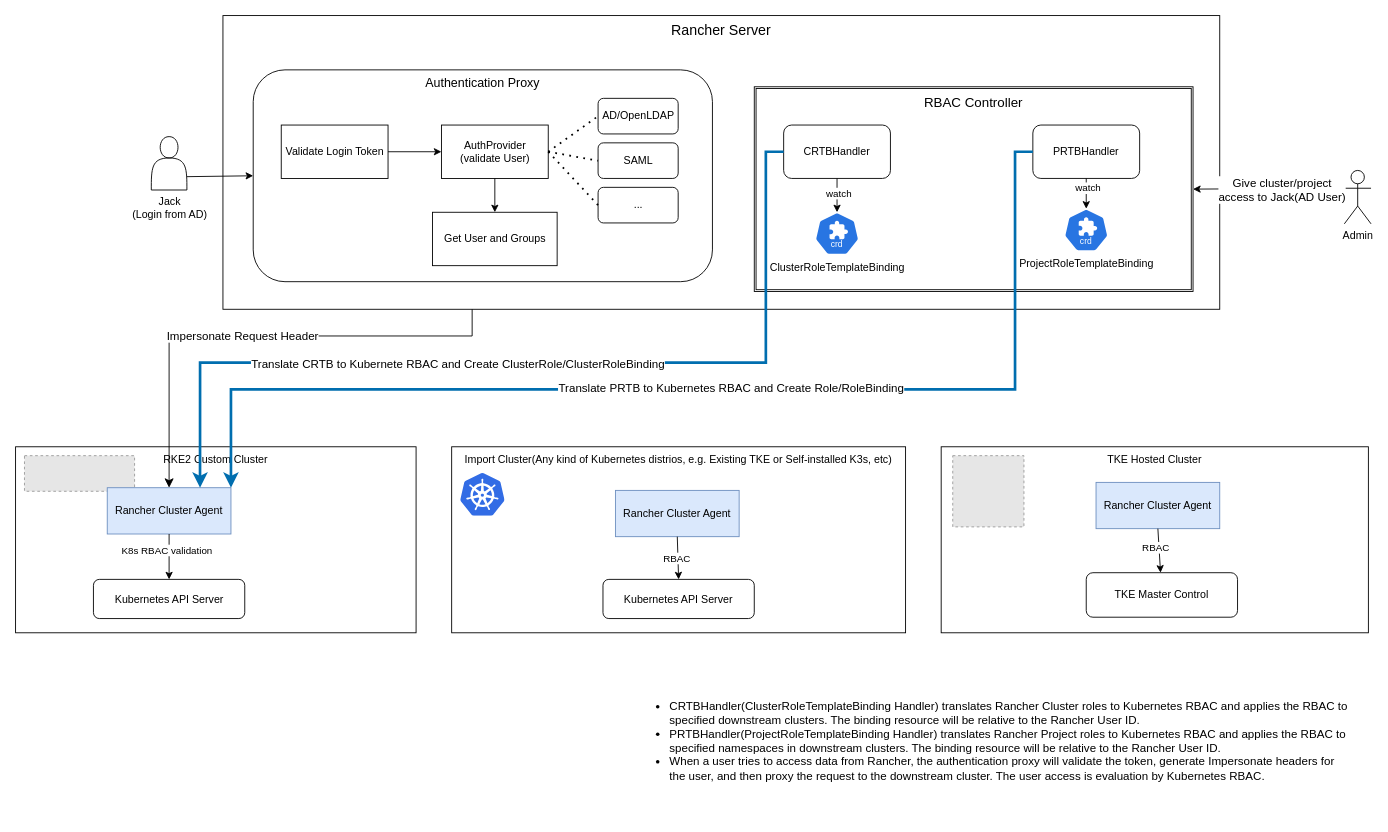
This is rancher-auth.drawio from JacieChao/jacie-docs, a draw.io file, before an edit. Source tidied: cells renumbered, new cells numbered last; positions are measured from the earlier drawing's top-left corner, leaving out a move shared by most shapes. Both pictures are drawn from the tidied source at 89%, with x=0, y=0 at pixel (15, 15). Pictures stored in the file or linked from it are replaced by grey dashed boxes.
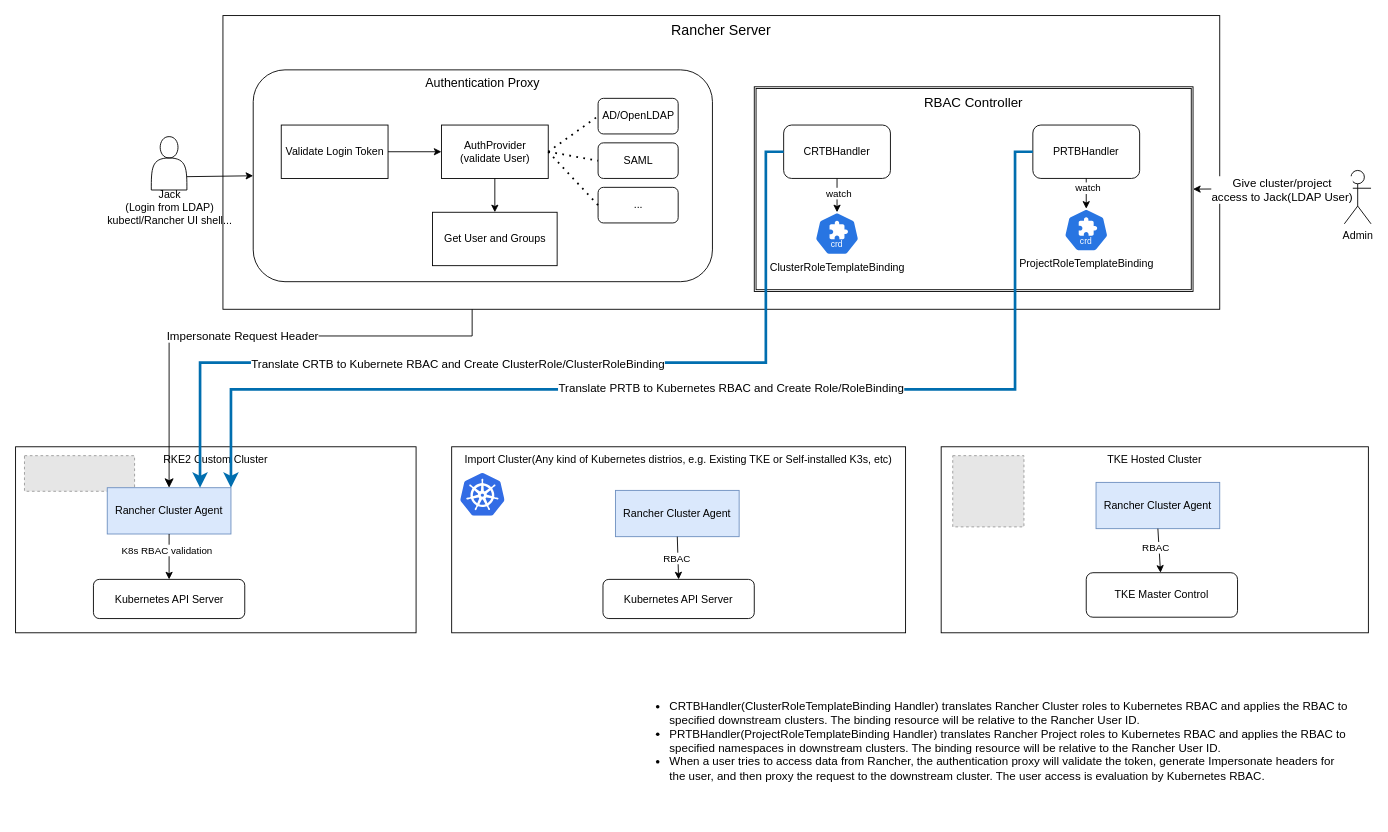
After the change.

Unchanged cells that the change refers to:
```xml
<mxCell id="40" style="endArrow=classic;html=1;rounded=0;exitX=0;exitY=0.3333333333333333;exitDx=0;exitDy=0;exitPerimeter=0;entryX=1;entryY=0.5;entryDx=0;entryDy=0;" parent="1" edge="1" source="39" target="36">
  <mxGeometry relative="1" as="geometry" />
</mxCell>
```

Change to the diagram source:
```diff
@@
-    <mxCell id="4" value="Jack&lt;div&gt;(Login from AD&lt;span style=&quot;background-color: initial;&quot;&gt;)&lt;/span&gt;&lt;/div&gt;" style="text;html=1;align=center;verticalAlign=middle;strokeColor=none;fillColor=none;" parent="1" vertex="1">
-      <mxGeometry x="117.5" y="196" width="110" height="40" as="geometry" />
+    <mxCell id="4" value="Jack&lt;div&gt;(Login from LDAP&lt;span style=&quot;background-color: initial;&quot;&gt;)&lt;/span&gt;&lt;/div&gt;&lt;div&gt;kubectl/Rancher UI shell...&lt;/div&gt;" style="text;html=1;align=center;verticalAlign=middle;strokeColor=none;fillColor=none;" parent="1" vertex="1">
+      <mxGeometry x="92.5" y="186" width="160" height="60" as="geometry" />
     </mxCell>
@@
-    <mxCell id="41" value="Give cluster/project&lt;div&gt;access to Jack(AD User)&lt;/div&gt;" style="edgeLabel;html=1;align=center;verticalAlign=middle;fontSize=13;" parent="40" vertex="1">
+    <mxCell id="41" value="Give cluster/project&lt;div&gt;access to Jack(LDAP User)&lt;/div&gt;" style="edgeLabel;html=1;align=center;verticalAlign=middle;fontSize=13;" parent="40" vertex="1">
       <mxGeometry x="-0.17" y="1" relative="1" as="geometry" />
     </mxCell>
```
